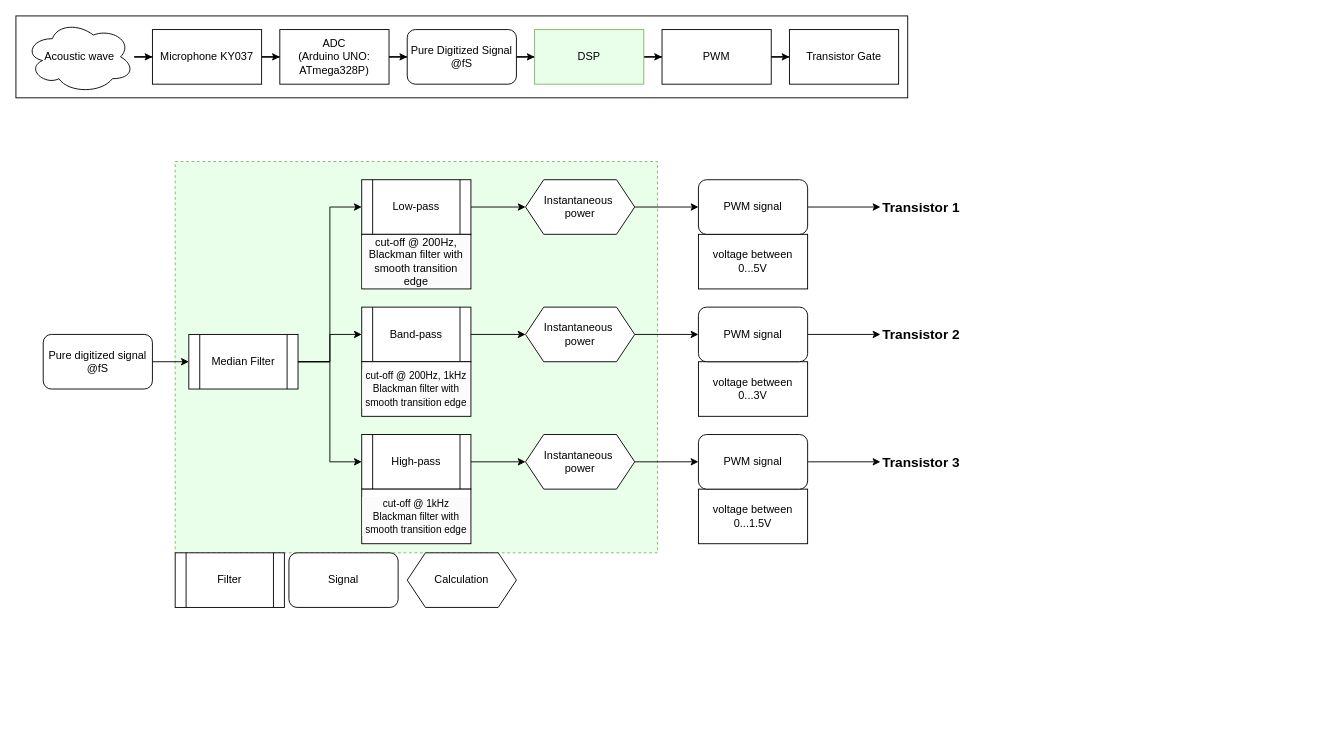
Earlier version of the draw.io diagram dsp.drawio (hihieuhieu/pooftiticoco). Source tidied: cells renumbered, new cells numbered last; positions are measured from the earlier drawing's top-left corner, leaving out a move shared by most shapes. Both pictures are drawn from the tidied source at 91%, with x=0, y=0 at pixel (15, 15).
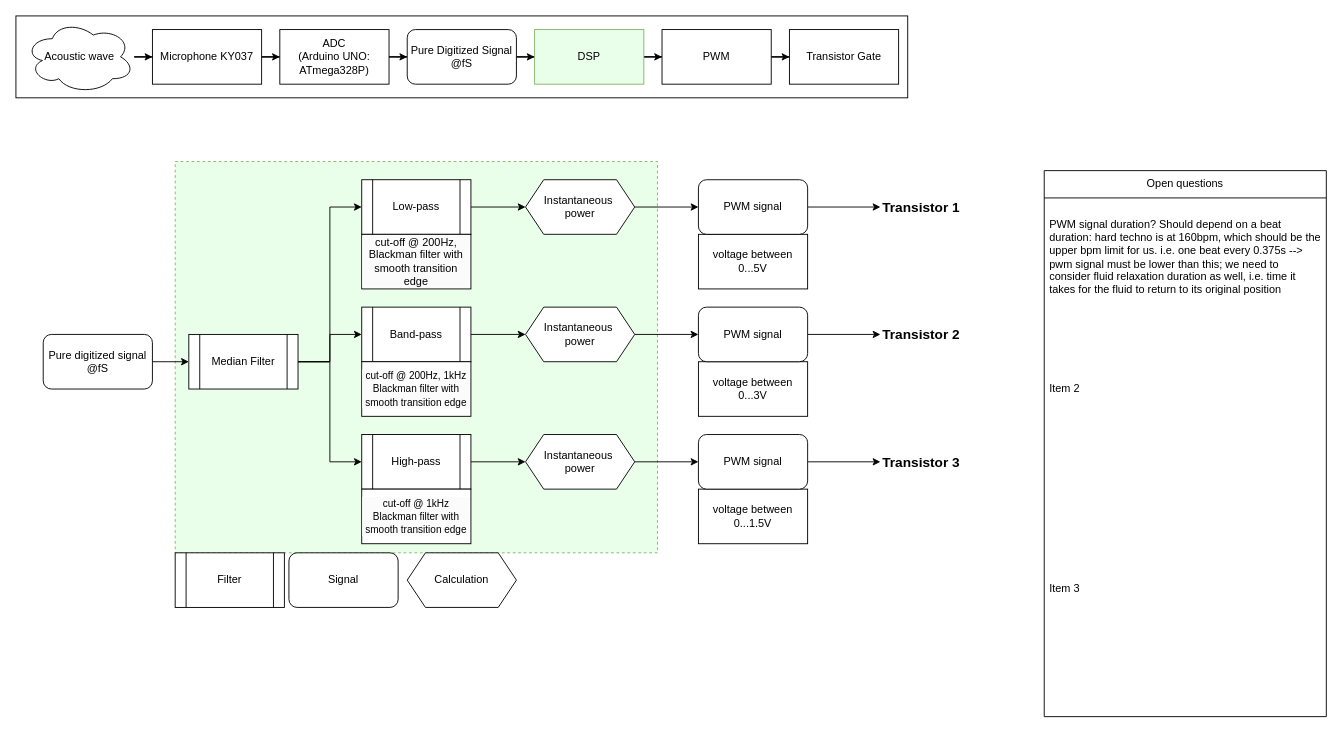
The same diagram, later.

The edit, as a diff of the source:
```diff
@@
+    <mxCell id="53" value="Open questions" style="swimlane;fontStyle=0;horizontal=1;startSize=30;whiteSpace=wrap;html=1;" parent="1" vertex="1">
+      <mxGeometry x="1130" y="170" width="310" height="600" as="geometry" />
+    </mxCell>
+    <mxCell id="54" value="PWM signal duration? Should depend on a beat duration: hard techno is at 160bpm, which should be the upper bpm limit for us. i.e. one beat every 0.375s --&amp;gt; pwm signal must be lower than this; we need to consider fluid relaxation duration as well, i.e. time it takes for the fluid to return to its original position" style="text;strokeColor=none;fillColor=none;align=left;verticalAlign=middle;spacingLeft=4;spacingRight=4;overflow=hidden;whiteSpace=wrap;html=1;" parent="53" vertex="1">
+      <mxGeometry y="30" width="310" height="130" as="geometry" />
+    </mxCell>
+    <mxCell id="55" value="Item 2" style="text;strokeColor=none;fillColor=none;align=left;verticalAlign=middle;spacingLeft=4;spacingRight=4;overflow=hidden;whiteSpace=wrap;html=1;" parent="53" vertex="1">
+      <mxGeometry y="160" width="310" height="160" as="geometry" />
+    </mxCell>
+    <mxCell id="56" value="Item 3" style="text;strokeColor=none;fillColor=none;align=left;verticalAlign=middle;spacingLeft=4;spacingRight=4;overflow=hidden;whiteSpace=wrap;html=1;" parent="53" vertex="1">
+      <mxGeometry y="320" width="310" height="280" as="geometry" />
+    </mxCell>
```
